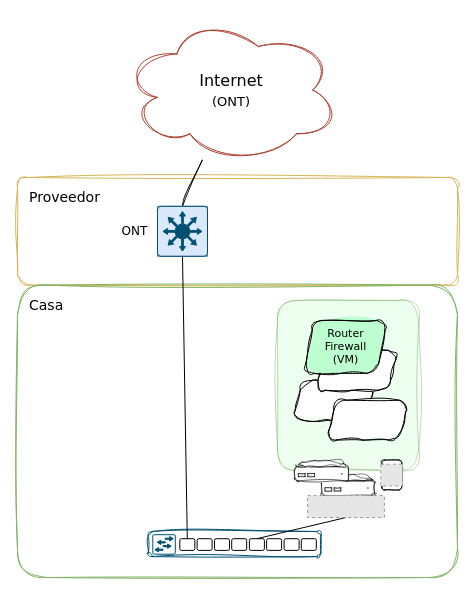
Before: docs/assets/img/posts/2023-04-15-networking-avanzado-03.drawio in LuisPalacios/LuisPalacios.github.io, a draw.io diagram. Source tidied: cells renumbered, new cells numbered last; positions are measured from the earlier drawing's top-left corner, leaving out a move shared by most shapes. Both pictures are drawn from the tidied source at 100%, with x=0, y=0 at pixel (17, 17). Pictures stored in the file or linked from it are replaced by grey dashed boxes.
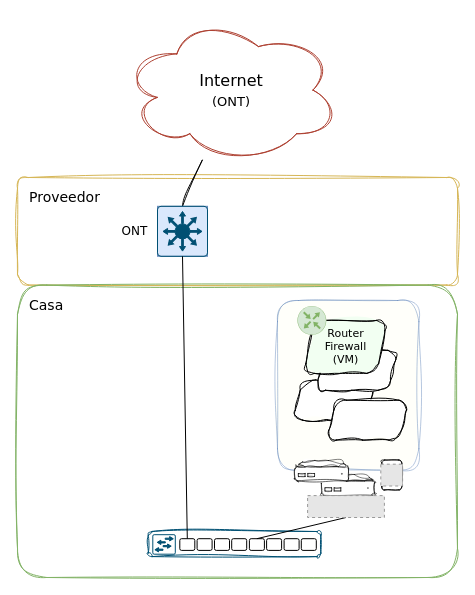
After the change.

The change refers to these unchanged cells:
```xml
<mxCell id="36" style="group;" parent="1" vertex="1">
  <mxGeometry x="260" y="283" width="141.4" height="217" as="geometry" />
</mxCell>
<mxCell id="51" style="group;" parent="36" vertex="1">
  <mxGeometry x="26.6" y="19.9" width="82.7" height="53" as="geometry" />
</mxCell>
```

The edit, as a diff of the source:
```diff
@@
-    <mxCell id="37" style="whiteSpace=wrap;html=1;rounded=1;sketch=1;curveFitting=1;jiggle=2;fillColor=#EDFFEE;strokeColor=#82b366;strokeWidth=0.5;fillStyle=solid;" parent="36" vertex="1">
+    <mxCell id="37" style="whiteSpace=wrap;html=1;rounded=1;sketch=1;curveFitting=1;jiggle=2;fillColor=#FFFFFA;strokeColor=#6c8ebf;strokeWidth=0.5;fillStyle=solid;" parent="36" vertex="1">
       <mxGeometry width="141.4" height="169.5" as="geometry" />
     </mxCell>
@@
-    <mxCell id="52" value="&lt;span style=&quot;border-color: var(--border-color);&quot;&gt;&lt;font style=&quot;&quot; face=&quot;Verdana&quot;&gt;Router&lt;br style=&quot;border-color: var(--border-color);&quot;&gt;Firewall&lt;br style=&quot;border-color: var(--border-color);&quot;&gt;(VM)&lt;/font&gt;&lt;/span&gt;" style="shape=parallelogram;perimeter=parallelogramPerimeter;whiteSpace=wrap;html=1;fixedSize=1;size=10;rounded=1;sketch=1;curveFitting=1;jiggle=2;fontSize=11;strokeWidth=1;fillStyle=solid;fillColor=#BDFFD1;" parent="51" vertex="1">
+    <mxCell id="52" value="&lt;span style=&quot;border-color: var(--border-color);&quot;&gt;&lt;font style=&quot;&quot; face=&quot;Verdana&quot;&gt;Router&lt;br style=&quot;border-color: var(--border-color);&quot;&gt;Firewall&lt;br style=&quot;border-color: var(--border-color);&quot;&gt;(VM)&lt;/font&gt;&lt;/span&gt;" style="shape=parallelogram;perimeter=parallelogramPerimeter;whiteSpace=wrap;html=1;fixedSize=1;size=10;rounded=1;sketch=1;curveFitting=1;jiggle=2;fontSize=11;strokeWidth=1;fillStyle=solid;fillColor=#F2FFF2;" parent="51" vertex="1">
       <mxGeometry width="82.7" height="53" as="geometry" />
     </mxCell>
@@
+    <mxCell id="60" style="verticalLabelPosition=middle;html=1;verticalAlign=middle;align=right;shape=mxgraph.cisco19.rect;prIcon=router;fillColor=#d5e8d4;strokeColor=#82b366;fontSize=15;fontFamily=Verdana;spacing=5;labelPosition=left;" parent="36" vertex="1">
+      <mxGeometry x="20" y="5.5" width="28.8" height="28.8" as="geometry" />
+    </mxCell>
```
